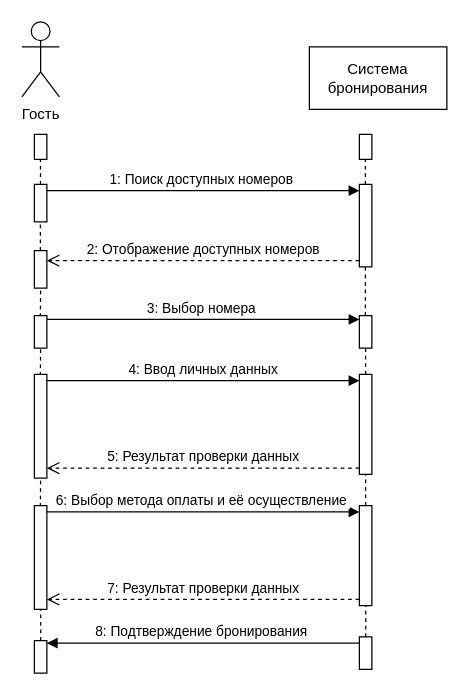
Before: page "Page-1" (1 of 4) of Диаграмма без названия.drawio in Arina396/firstrep1, a draw.io diagram. Source tidied: cells renumbered, new cells numbered last; positions are measured from the earlier drawing's top-left corner, leaving out a move shared by most shapes. Both pictures are drawn from the tidied source at 125%, with x=0, y=0 at pixel (21, 21).
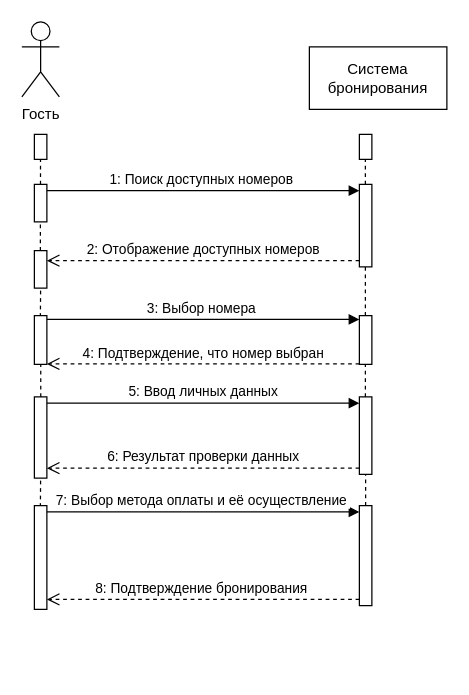
Above is the later version.

Unchanged cells that the change refers to:
```xml
<mxCell id="26" style="html=1;points=[[0,0,0,0,5],[0,1,0,0,-5],[1,0,0,0,5],[1,1,0,0,-5]];perimeter=orthogonalPerimeter;outlineConnect=0;targetShapes=umlLifeline;portConstraint=eastwest;newEdgeStyle={&quot;curved&quot;:0,&quot;rounded&quot;:0};" parent="1" vertex="1">
  <mxGeometry x="10" y="387" width="10" height="83" as="geometry" />
</mxCell>
<mxCell id="28" style="html=1;points=[[0,0,0,0,5],[0,1,0,0,-5],[1,0,0,0,5],[1,1,0,0,-5]];perimeter=orthogonalPerimeter;outlineConnect=0;targetShapes=umlLifeline;portConstraint=eastwest;newEdgeStyle={&quot;curved&quot;:0,&quot;rounded&quot;:0};" parent="1" vertex="1">
  <mxGeometry x="270" y="387" width="10" height="80" as="geometry" />
</mxCell>
```

Diff of the diagram source:
```diff
@@
     <mxCell id="15" style="html=1;perimeter=orthogonalPerimeter;targetShapes=umlLifeline;newEdgeStyle={&quot;curved&quot;:0,&quot;rounded&quot;:0};" parent="1" vertex="1">
-      <mxGeometry x="10" y="235" width="10" height="26" as="geometry" />
+      <mxGeometry x="10" y="235" width="10" height="39" as="geometry" />
     </mxCell>
     <mxCell id="16" style="html=1;points=[[0,0,0,0,5],[0,1,0,0,-5],[1,0,0,0,5],[1,1,0,0,-5]];perimeter=orthogonalPerimeter;outlineConnect=0;targetShapes=umlLifeline;portConstraint=eastwest;newEdgeStyle={&quot;curved&quot;:0,&quot;rounded&quot;:0};" parent="1" vertex="1">
-      <mxGeometry x="270" y="235" width="10" height="26" as="geometry" />
+      <mxGeometry x="270" y="235" width="10" height="39" as="geometry" />
     </mxCell>
@@
-    <mxCell id="19" style="endArrow=none;dashed=1;html=1;rounded=0;" parent="1" edge="1">
+    <mxCell id="19" style="endArrow=none;dashed=1;html=1;rounded=0;" parent="1" edge="1" source="20">
       <mxGeometry relative="1" as="geometry">
-        <mxPoint x="14.8" y="283" as="sourcePoint" />
-        <mxPoint x="15" y="260" as="targetPoint" />
+        <mxPoint x="15.1" y="274" as="targetPoint" />
       </mxGeometry>
     </mxCell>
     <mxCell id="20" style="html=1;points=[[0,0,0,0,5],[0,1,0,0,-5],[1,0,0,0,5],[1,1,0,0,-5]];perimeter=orthogonalPerimeter;outlineConnect=0;targetShapes=umlLifeline;portConstraint=eastwest;newEdgeStyle={&quot;curved&quot;:0,&quot;rounded&quot;:0};" parent="1" vertex="1">
-      <mxGeometry x="10" y="282" width="10" height="83" as="geometry" />
+      <mxGeometry x="10" y="300" width="10" height="65" as="geometry" />
     </mxCell>
-    <mxCell id="21" style="endArrow=none;dashed=1;html=1;rounded=0;" parent="1" edge="1">
+    <mxCell id="21" style="endArrow=none;dashed=1;html=1;rounded=0;" parent="1" edge="1" source="22">
       <mxGeometry relative="1" as="geometry">
-        <mxPoint x="275" y="282" as="sourcePoint" />
-        <mxPoint x="275" y="261" as="targetPoint" />
+        <mxPoint x="274.8" y="274" as="targetPoint" />
       </mxGeometry>
     </mxCell>
     <mxCell id="22" style="html=1;points=[[0,0,0,0,5],[0,1,0,0,-5],[1,0,0,0,5],[1,1,0,0,-5]];perimeter=orthogonalPerimeter;outlineConnect=0;targetShapes=umlLifeline;portConstraint=eastwest;newEdgeStyle={&quot;curved&quot;:0,&quot;rounded&quot;:0};" parent="1" vertex="1">
-      <mxGeometry x="270" y="282" width="10" height="80" as="geometry" />
+      <mxGeometry x="270" y="300" width="10" height="62" as="geometry" />
     </mxCell>
-    <mxCell id="23" value="4: Ввод личных данных" style="html=1;verticalAlign=bottom;endArrow=block;curved=0;rounded=0;entryX=0;entryY=0;entryDx=0;entryDy=5;" parent="1" edge="1" source="20" target="22">
+    <mxCell id="23" value="5: Ввод личных данных" style="html=1;verticalAlign=bottom;endArrow=block;curved=0;rounded=0;entryX=0;entryY=0;entryDx=0;entryDy=5;" parent="1" edge="1" source="20" target="22">
       <mxGeometry relative="1" as="geometry" />
     </mxCell>
-    <mxCell id="24" value="5: Результат проверки данных" style="html=1;verticalAlign=bottom;endArrow=open;dashed=1;endSize=8;curved=0;rounded=0;exitX=0;exitY=1;exitDx=0;exitDy=-5;" parent="1" edge="1" source="22" target="20">
+    <mxCell id="24" value="6: Результат проверки данных" style="html=1;verticalAlign=bottom;endArrow=open;dashed=1;endSize=8;curved=0;rounded=0;exitX=0;exitY=1;exitDx=0;exitDy=-5;" parent="1" edge="1" source="22" target="20">
       <mxGeometry relative="1" as="geometry" />
     </mxCell>
@@
-    <mxCell id="29" value="6: Выбор метода оплаты и её осуществление&amp;nbsp;" style="html=1;verticalAlign=bottom;endArrow=block;curved=0;rounded=0;entryX=0;entryY=0;entryDx=0;entryDy=5;" parent="1" edge="1" source="26" target="28">
+    <mxCell id="29" value="7: Выбор метода оплаты и её осуществление&amp;nbsp;" style="html=1;verticalAlign=bottom;endArrow=block;curved=0;rounded=0;entryX=0;entryY=0;entryDx=0;entryDy=5;" parent="1" edge="1" source="26" target="28">
       <mxGeometry relative="1" as="geometry" />
     </mxCell>
-    <mxCell id="30" value="7: Результат проверки данных" style="html=1;verticalAlign=bottom;endArrow=open;dashed=1;endSize=8;curved=0;rounded=0;exitX=0;exitY=1;exitDx=0;exitDy=-5;" parent="1" edge="1" source="28" target="26">
+    <mxCell id="30" value="8: Подтверждение бронирования&amp;nbsp;" style="html=1;verticalAlign=bottom;endArrow=open;dashed=1;endSize=8;curved=0;rounded=0;exitX=0;exitY=1;exitDx=0;exitDy=-5;" parent="1" edge="1" source="28" target="26">
       <mxGeometry relative="1" as="geometry" />
     </mxCell>
-    <mxCell id="31" style="endArrow=none;dashed=1;html=1;rounded=0;" parent="1" edge="1" source="32">
-      <mxGeometry relative="1" as="geometry">
-        <mxPoint x="15.1" y="470" as="targetPoint" />
-      </mxGeometry>
-    </mxCell>
-    <mxCell id="32" style="html=1;points=[[0,0,0,0,5],[0,1,0,0,-5],[1,0,0,0,5],[1,1,0,0,-5]];perimeter=orthogonalPerimeter;outlineConnect=0;targetShapes=umlLifeline;portConstraint=eastwest;newEdgeStyle={&quot;curved&quot;:0,&quot;rounded&quot;:0};" parent="1" vertex="1">
-      <mxGeometry x="10" y="495" width="10" height="26" as="geometry" />
-    </mxCell>
-    <mxCell id="33" style="endArrow=none;dashed=1;html=1;rounded=0;" parent="1" edge="1" source="34">
-      <mxGeometry relative="1" as="geometry">
-        <mxPoint x="275.1" y="467" as="targetPoint" />
-      </mxGeometry>
-    </mxCell>
-    <mxCell id="34" style="html=1;points=[[0,0,0,0,5],[0,1,0,0,-5],[1,0,0,0,5],[1,1,0,0,-5]];perimeter=orthogonalPerimeter;outlineConnect=0;targetShapes=umlLifeline;portConstraint=eastwest;newEdgeStyle={&quot;curved&quot;:0,&quot;rounded&quot;:0};" parent="1" vertex="1">
-      <mxGeometry x="270" y="492" width="10" height="26" as="geometry" />
-    </mxCell>
-    <mxCell id="35" value="8: Подтверждение бронирования&amp;nbsp;" style="html=1;verticalAlign=bottom;endArrow=block;curved=0;rounded=0;exitX=0;exitY=0;exitDx=0;exitDy=5;exitPerimeter=0;" parent="1" edge="1" source="34" target="32">
-      <mxGeometry relative="1" as="geometry" />
-    </mxCell>
+    <mxCell id="36" value="4: Подтверждение, что номер выбран" style="html=1;verticalAlign=bottom;endArrow=open;dashed=1;endSize=8;curved=0;rounded=0;exitX=0;exitY=1;exitDx=0;exitDy=-5;" parent="1" edge="1">
+      <mxGeometry relative="1" as="geometry">
+        <mxPoint x="270" y="273.6" as="sourcePoint" />
+        <mxPoint x="20" y="273.6" as="targetPoint" />
+      </mxGeometry>
+    </mxCell>
```
